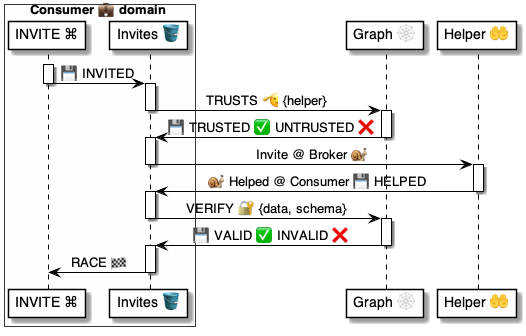
Earlier version of the PlantUML export 4 ⚙️ Solution/41 🎭 Domain Roles/Consumers 💼/💼🪣 Consumer tables/Invites 🗄️ table/🪣 Invites/💼 Consumer.Invites ⚙️ uml.png (pollyweb-org/pollyweb-docs). Its source is kept beside it as 4 ⚙️ Solution/41 🎭 Domain Roles/Consumers 💼/💼🪣 Consumer tables/Invites 🗄️ table/🪣 Invites/💼 Consumer.Invites ⚙️ uml.puml.
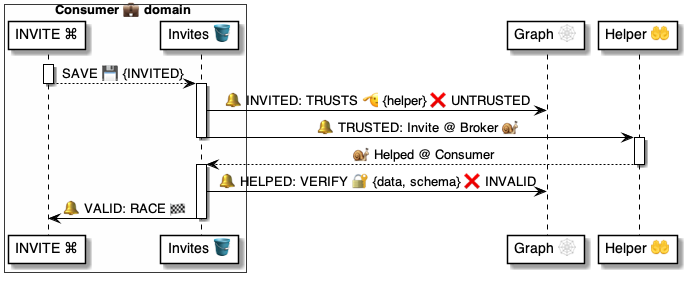
The same diagram one commit later.

The edit, as a diff of the source:
```diff
@@ -9,35 +9,21 @@
 
 
 activate talker
-    talker -> table: 💾 INVITED
+    talker --> table: SAVE 💾 {INVITED}
 deactivate talker
 
 activate table
-    table -> graph: TRUSTS 🫡 {helper}
-deactivate table
-
-activate graph
-    graph -> table: 💾 TRUSTED ✅ UNTRUSTED ❌
-deactivate graph
-
-activate table
-    table -> helper: Invite @ Broker 🐌
+    table -> graph: 🔔 INVITED: TRUSTS 🫡 {helper} ❌ UNTRUSTED
+    table -> helper: 🔔 TRUSTED: Invite @ Broker 🐌
 deactivate table
 
 activate helper
-    helper -> table: 🐌 Helped @ Consumer 💾 HELPED
+    helper --> table: 🐌 Helped @ Consumer
 deactivate helper
 
 activate table
-    table -> graph: VERIFY 🔐 {data, schema}
-deactivate table
-
-activate graph
-    graph -> table: 💾 VALID ✅ INVALID ❌
-deactivate graph
-
-activate table
-    table -> talker: RACE 🏁
+    table -> graph: 🔔 HELPED: VERIFY 🔐 {data, schema} ❌ INVALID
+    table -> talker: 🔔 VALID: RACE 🏁
 deactivate table
 
 
```
